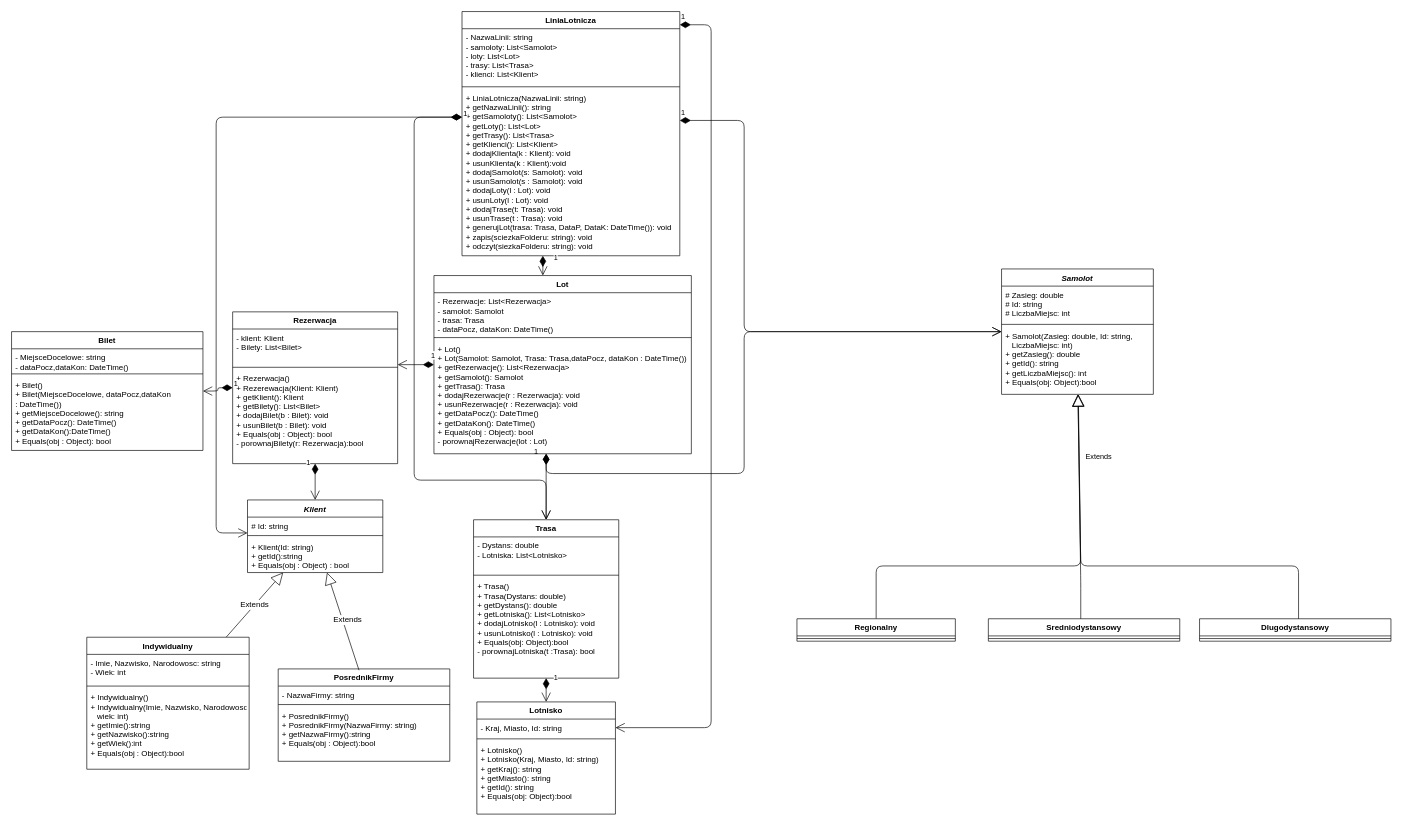
Above: PoDiagram.drawio in JoeHeroes/AirportPoject (draw.io), before the change. Source tidied: cells renumbered, new cells numbered last; positions are measured from the earlier drawing's top-left corner, leaving out a move shared by most shapes. Both pictures are drawn from the tidied source at 66%, with x=0, y=0 at pixel (11, 11).
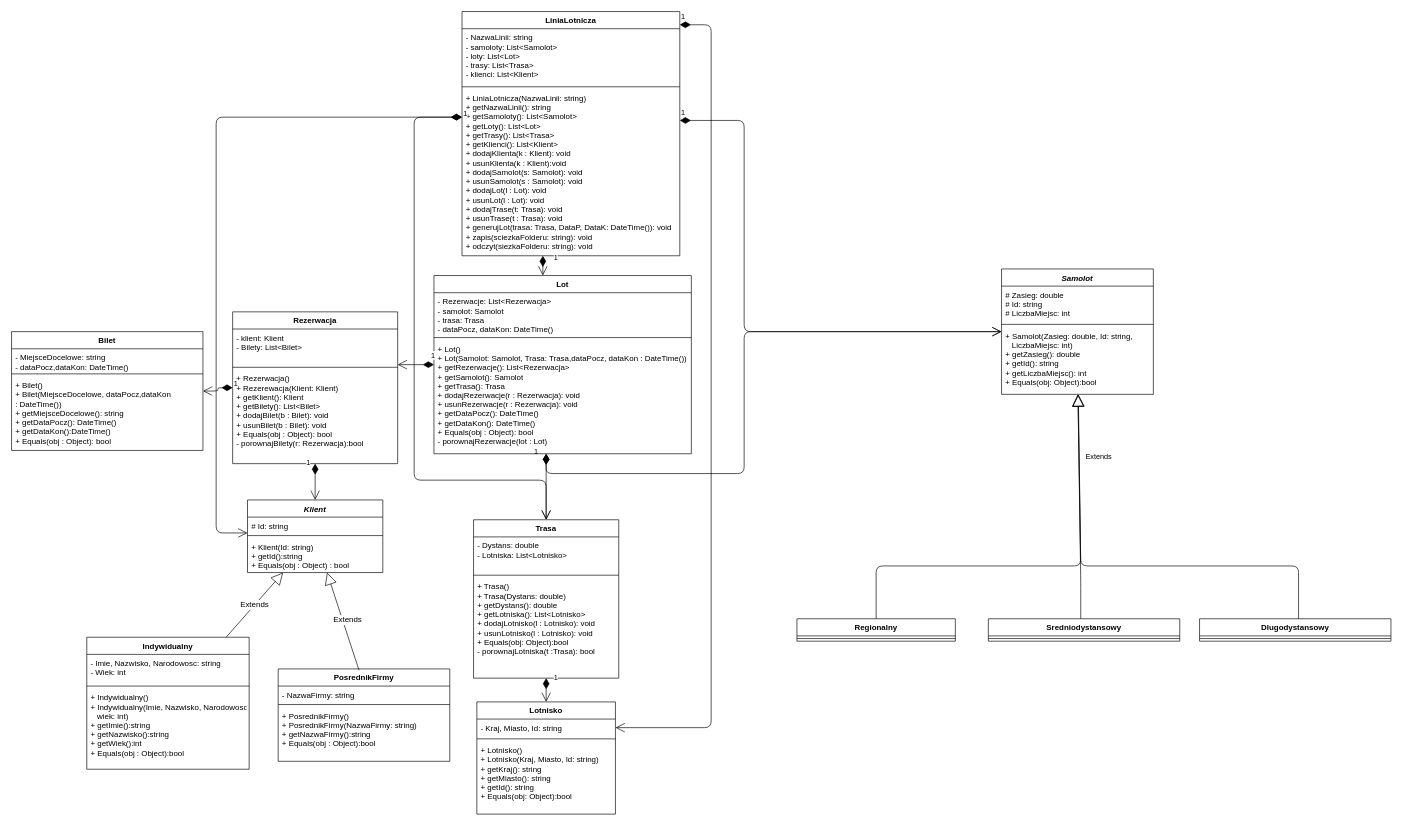
The same diagram, later.

Commit message (it also covers changes not shown here):
Drobne zmiany w diagramie

The change refers to these unchanged cells:
```xml
<mxCell id="42" value="LiniaLotnicza" style="swimlane;fontStyle=1;align=center;verticalAlign=top;horizontal=1;startSize=26;" parent="1" vertex="1">
  <mxGeometry x="682.5" width="330" height="370" as="geometry" />
</mxCell>
```

The edit, as a diff of the source:
```diff
@@
-    <mxCell id="45" value="+ LiniaLotnicza(NazwaLinii: string)&#10;+ getNazwaLinii(): string&#10;+ getSamoloty(): List&lt;Samolot&gt;&#10;+ getLoty(): List&lt;Lot&gt;&#10;+ getTrasy(): List&lt;Trasa&gt;&#10;+ getKlienci(): List&lt;Klient&gt;&#10;+ dodajKlienta(k : Klient): void&#10;+ usunKlienta(k : Klient):void &#10;+ dodajSamolot(s: Samolot): void&#10;+ usunSamolot(s : Samolot): void&#10;+ dodajLoty(l : Lot): void&#10;+ usunLoty(l : Lot): void&#10;+ dodajTrase(t: Trasa): void&#10;+ usunTrase(t : Trasa): void&#10;+ generujLot(trasa: Trasa, DataP, DataK: DateTime()): void&#10;+ zapis(sciezkaFolderu: string): void&#10;+ odczyt(siezkaFolderu: string): void" style="text;strokeColor=none;fillColor=none;align=left;verticalAlign=top;spacingLeft=4;spacingRight=4;overflow=hidden;points=[[0,0.5],[1,0.5]];portConstraint=eastwest;" parent="42" vertex="1">
+    <mxCell id="45" value="+ LiniaLotnicza(NazwaLinii: string)&#10;+ getNazwaLinii(): string&#10;+ getSamoloty(): List&lt;Samolot&gt;&#10;+ getLoty(): List&lt;Lot&gt;&#10;+ getTrasy(): List&lt;Trasa&gt;&#10;+ getKlienci(): List&lt;Klient&gt;&#10;+ dodajKlienta(k : Klient): void&#10;+ usunKlienta(k : Klient):void &#10;+ dodajSamolot(s: Samolot): void&#10;+ usunSamolot(s : Samolot): void&#10;+ dodajLot(l : Lot): void&#10;+ usunLot(l : Lot): void&#10;+ dodajTrase(t: Trasa): void&#10;+ usunTrase(t : Trasa): void&#10;+ generujLot(trasa: Trasa, DataP, DataK: DateTime()): void&#10;+ zapis(sciezkaFolderu: string): void&#10;+ odczyt(siezkaFolderu: string): void" style="text;strokeColor=none;fillColor=none;align=left;verticalAlign=top;spacingLeft=4;spacingRight=4;overflow=hidden;points=[[0,0.5],[1,0.5]];portConstraint=eastwest;" parent="42" vertex="1">
       <mxGeometry y="118" width="330" height="252" as="geometry" />
     </mxCell>
```
